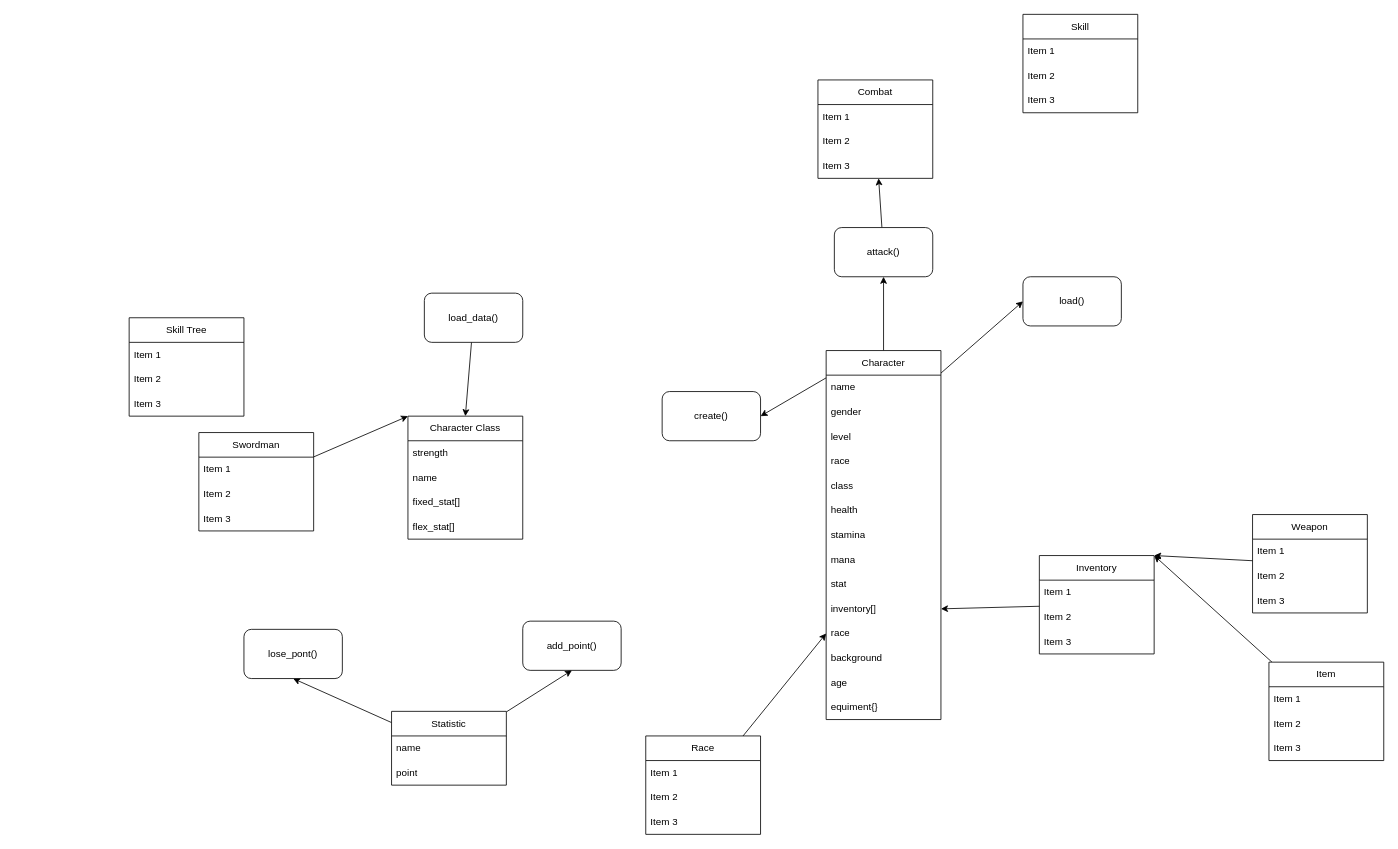
This is design.drawio from minhduc1212/Text_Based_Game, a draw.io file, before an edit. Source tidied: cells renumbered, new cells numbered last; positions are measured from the earlier drawing's top-left corner, leaving out a move shared by most shapes. Both pictures are drawn from the tidied source at 82%, with x=0, y=0 at pixel (129, 14).
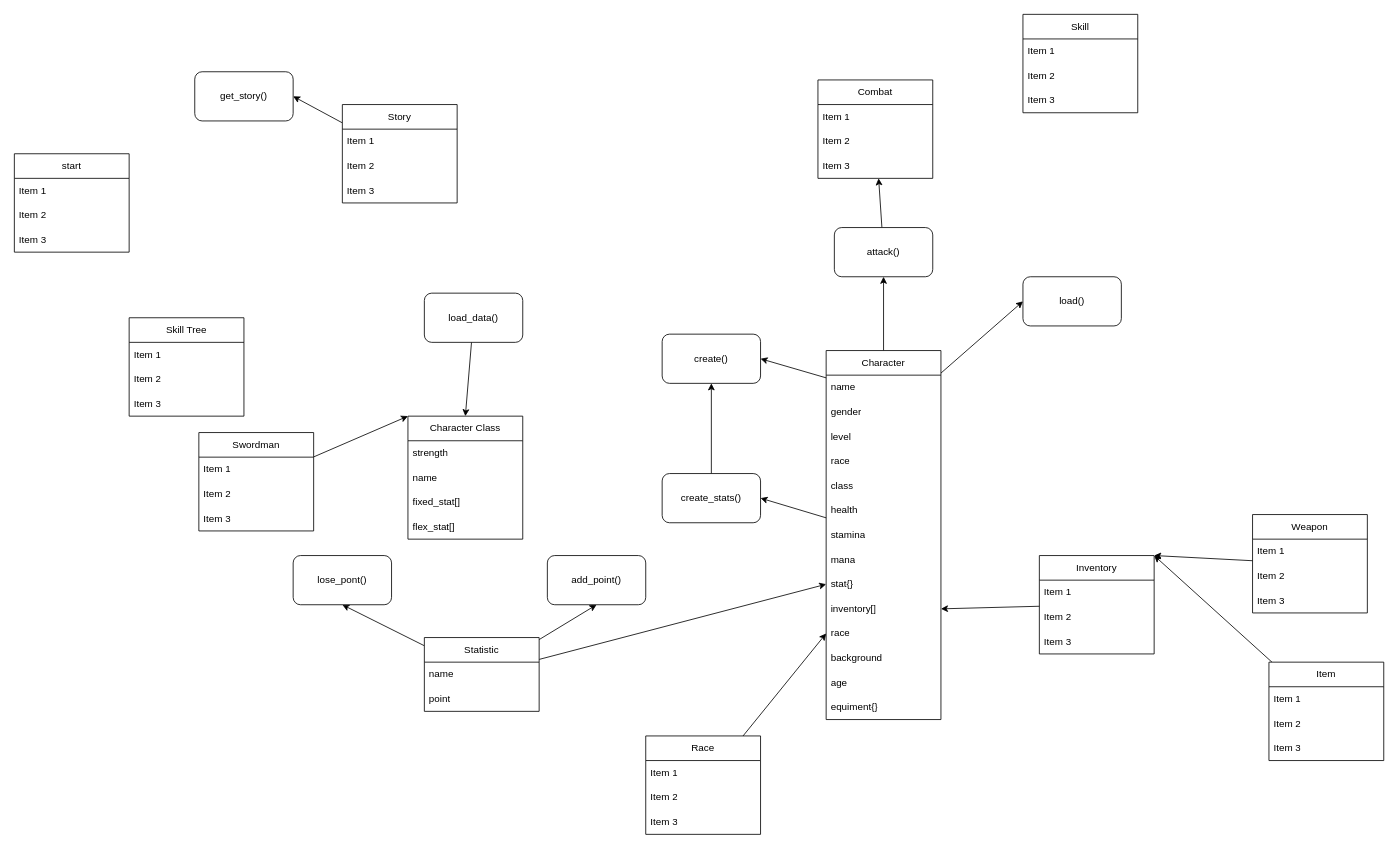
After the change.

The change refers to these unchanged cells:
```xml
<mxCell id="5" value="Character" style="swimlane;fontStyle=0;horizontal=1;startSize=30;whiteSpace=wrap;html=1;" parent="1" vertex="1">
  <mxGeometry x="850" y="410" width="140" height="450" as="geometry" />
</mxCell>
```

Change to the diagram source:
```diff
@@
+    <mxCell id="75" style="edgeStyle=none;html=1;entryX=1;entryY=0.5;entryDx=0;entryDy=0;" parent="1" edge="1" source="5" target="84">
+      <mxGeometry relative="1" as="geometry" />
+    </mxCell>
@@
-    <mxCell id="14" value="stat" style="text;strokeColor=none;fillColor=none;align=left;verticalAlign=middle;spacingLeft=4;spacingRight=4;overflow=hidden;points=[[0,0.5],[1,0.5]];portConstraint=eastwest;whiteSpace=wrap;html=1;" parent="5" vertex="1">
+    <mxCell id="14" value="stat{}" style="text;strokeColor=none;fillColor=none;align=left;verticalAlign=middle;spacingLeft=4;spacingRight=4;overflow=hidden;points=[[0,0.5],[1,0.5]];portConstraint=eastwest;whiteSpace=wrap;html=1;" parent="5" vertex="1">
       <mxGeometry y="270" width="140" height="30" as="geometry" />
     </mxCell>
@@
+    <mxCell id="76" style="edgeStyle=none;html=1;entryX=0;entryY=0.5;entryDx=0;entryDy=0;" parent="1" edge="1" source="22" target="14">
+      <mxGeometry relative="1" as="geometry" />
+    </mxCell>
     <mxCell id="22" value="Statistic" style="swimlane;fontStyle=0;horizontal=1;startSize=30;whiteSpace=wrap;html=1;" parent="1" vertex="1">
-      <mxGeometry x="320" y="850" width="140" height="90" as="geometry" />
+      <mxGeometry x="360" y="760" width="140" height="90" as="geometry" />
     </mxCell>
@@
     <mxCell id="44" value="create()" style="rounded=1;whiteSpace=wrap;html=1;" parent="1" vertex="1">
-      <mxGeometry x="650" y="460" width="120" height="60" as="geometry" />
+      <mxGeometry x="650" y="390" width="120" height="60" as="geometry" />
     </mxCell>
@@
     <mxCell id="71" value="add_point()" style="rounded=1;whiteSpace=wrap;html=1;" parent="1" vertex="1">
-      <mxGeometry x="480" y="740" width="120" height="60" as="geometry" />
+      <mxGeometry x="510" y="660" width="120" height="60" as="geometry" />
     </mxCell>
     <mxCell id="72" value="lose_pont()" style="rounded=1;whiteSpace=wrap;html=1;" parent="1" vertex="1">
-      <mxGeometry x="140" y="750" width="120" height="60" as="geometry" />
+      <mxGeometry x="200" y="660" width="120" height="60" as="geometry" />
     </mxCell>
@@
+    <mxCell id="77" style="edgeStyle=none;html=1;entryX=1;entryY=0.5;entryDx=0;entryDy=0;" parent="1" edge="1" source="78" target="82">
+      <mxGeometry relative="1" as="geometry" />
+    </mxCell>
+    <mxCell id="78" value="Story" style="swimlane;fontStyle=0;horizontal=1;startSize=30;whiteSpace=wrap;html=1;" parent="1" vertex="1">
+      <mxGeometry x="260" y="110" width="140" height="120" as="geometry" />
+    </mxCell>
+    <mxCell id="79" value="Item 1" style="text;strokeColor=none;fillColor=none;align=left;verticalAlign=middle;spacingLeft=4;spacingRight=4;overflow=hidden;whiteSpace=wrap;html=1;" parent="78" vertex="1">
+      <mxGeometry y="30" width="140" height="30" as="geometry" />
+    </mxCell>
+    <mxCell id="80" value="Item 2" style="text;strokeColor=none;fillColor=none;align=left;verticalAlign=middle;spacingLeft=4;spacingRight=4;overflow=hidden;whiteSpace=wrap;html=1;" parent="78" vertex="1">
+      <mxGeometry y="60" width="140" height="30" as="geometry" />
+    </mxCell>
+    <mxCell id="81" value="Item 3" style="text;strokeColor=none;fillColor=none;align=left;verticalAlign=middle;spacingLeft=4;spacingRight=4;overflow=hidden;whiteSpace=wrap;html=1;" parent="78" vertex="1">
+      <mxGeometry y="90" width="140" height="30" as="geometry" />
+    </mxCell>
+    <mxCell id="82" value="get_story()" style="rounded=1;whiteSpace=wrap;html=1;" parent="1" vertex="1">
+      <mxGeometry x="80" y="70" width="120" height="60" as="geometry" />
+    </mxCell>
+    <mxCell id="83" style="edgeStyle=none;html=1;entryX=0.5;entryY=1;entryDx=0;entryDy=0;" parent="1" edge="1" source="84" target="44">
+      <mxGeometry relative="1" as="geometry" />
+    </mxCell>
+    <mxCell id="84" value="create_stats()" style="rounded=1;whiteSpace=wrap;html=1;" parent="1" vertex="1">
+      <mxGeometry x="650" y="560" width="120" height="60" as="geometry" />
+    </mxCell>
+    <mxCell id="85" value="start" style="swimlane;fontStyle=0;horizontal=1;startSize=30;whiteSpace=wrap;html=1;" parent="1" vertex="1">
+      <mxGeometry x="-140" y="170" width="140" height="120" as="geometry" />
+    </mxCell>
+    <mxCell id="86" value="Item 1" style="text;strokeColor=none;fillColor=none;align=left;verticalAlign=middle;spacingLeft=4;spacingRight=4;overflow=hidden;whiteSpace=wrap;html=1;" parent="85" vertex="1">
+      <mxGeometry y="30" width="140" height="30" as="geometry" />
+    </mxCell>
+    <mxCell id="87" value="Item 2" style="text;strokeColor=none;fillColor=none;align=left;verticalAlign=middle;spacingLeft=4;spacingRight=4;overflow=hidden;whiteSpace=wrap;html=1;" parent="85" vertex="1">
+      <mxGeometry y="60" width="140" height="30" as="geometry" />
+    </mxCell>
+    <mxCell id="88" value="Item 3" style="text;strokeColor=none;fillColor=none;align=left;verticalAlign=middle;spacingLeft=4;spacingRight=4;overflow=hidden;whiteSpace=wrap;html=1;" parent="85" vertex="1">
+      <mxGeometry y="90" width="140" height="30" as="geometry" />
+    </mxCell>
```
